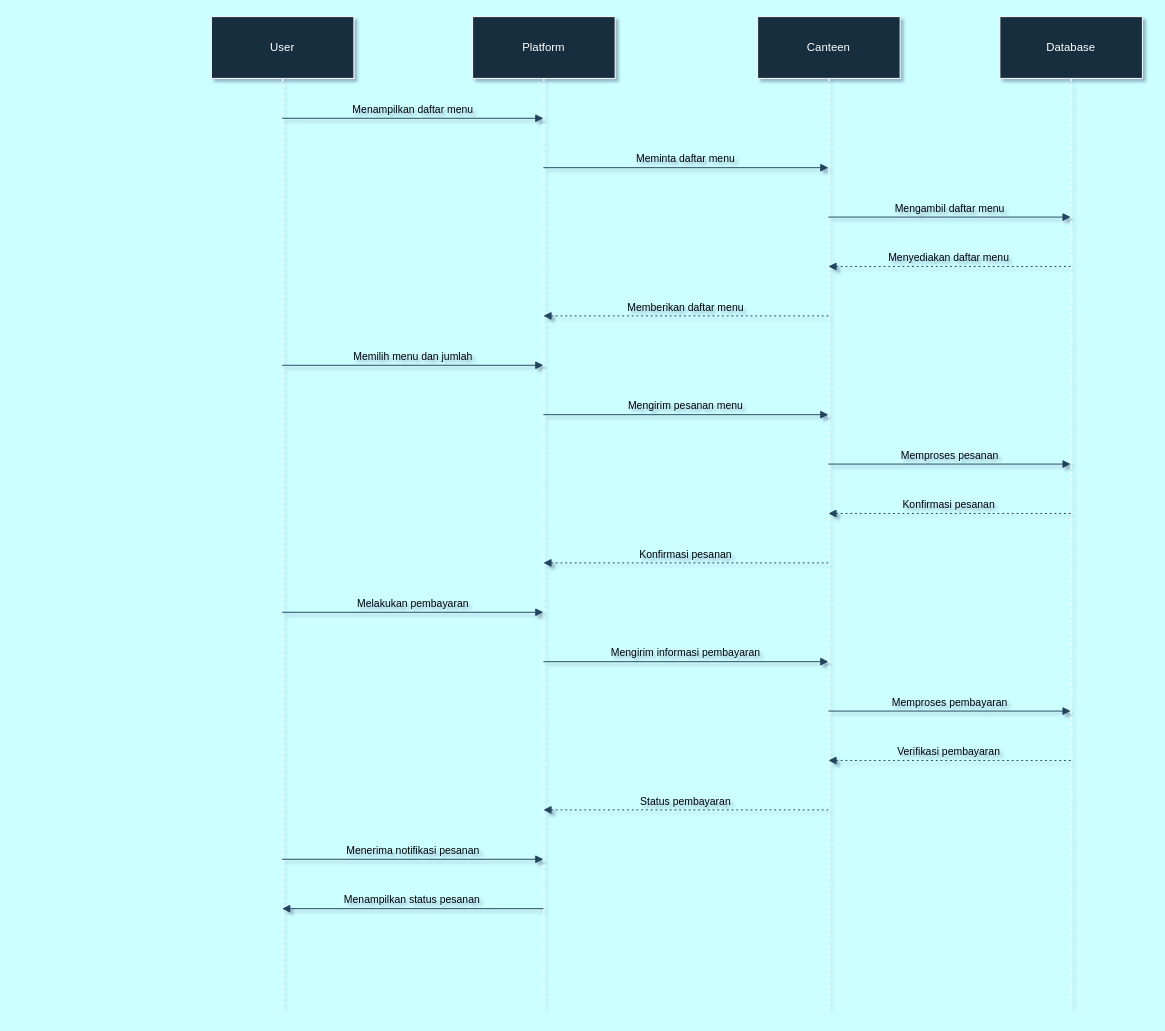
The draw.io diagram PlatformPesananKantin.drawio in rogerkampret/Kantin-Kampus-Digital, before the edit. Source tidied: cells renumbered, new cells numbered last; positions are measured from the earlier drawing's top-left corner, leaving out a move shared by most shapes. Both pictures are drawn from the tidied source at 95%, with x=0, y=0 at pixel (211, 16).
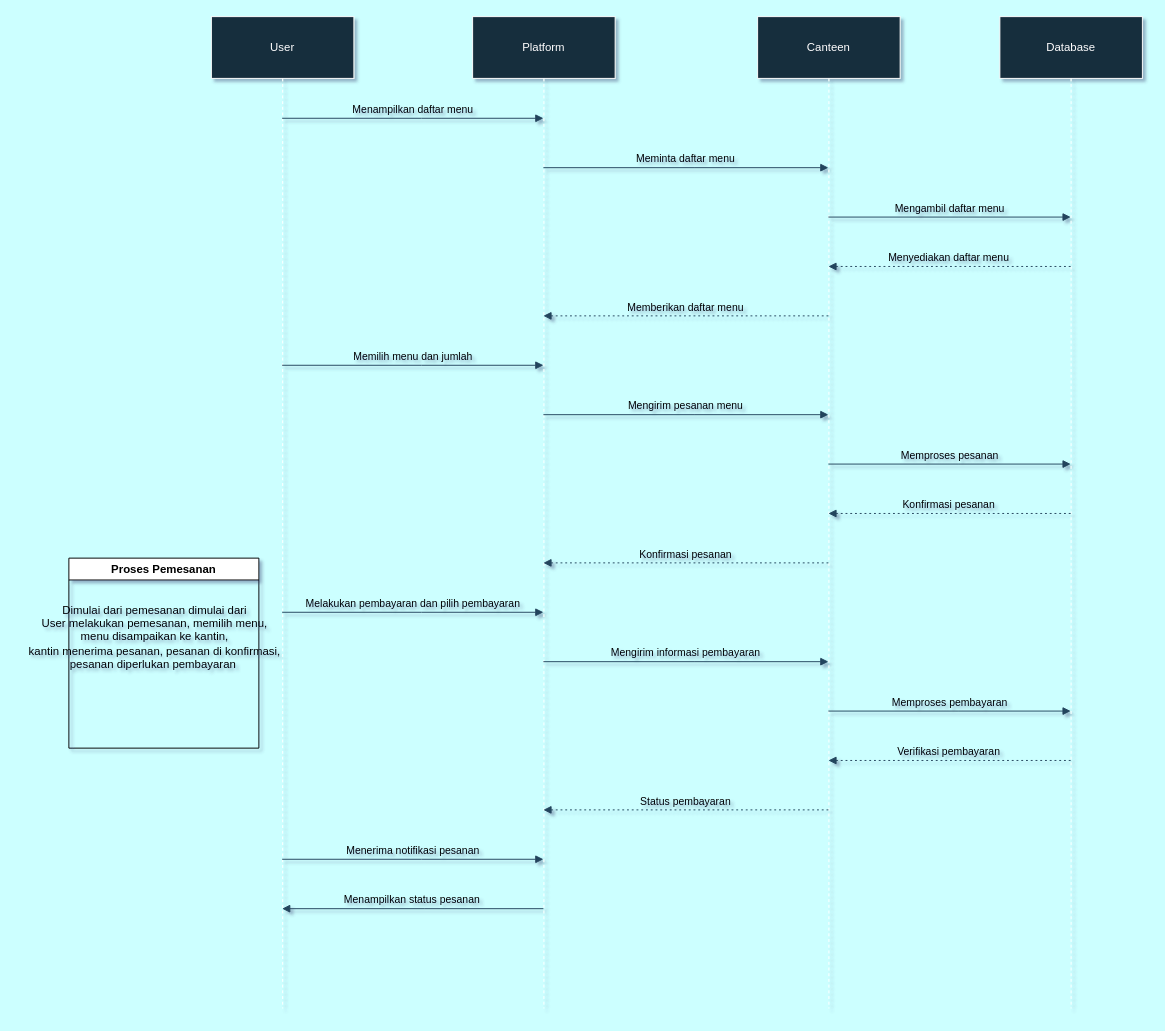
The same page after the edit.

Unchanged cells that the change refers to:
```xml
<mxCell id="2" value="User" style="shape=umlLifeline;perimeter=lifelinePerimeter;whiteSpace=wrap;outlineConnect=0;portConstraint=eastwest;newEdgeStyle={&quot;edgeStyle&quot;:&quot;elbowEdgeStyle&quot;,&quot;elbow&quot;:&quot;vertical&quot;,&quot;curved&quot;:0,&quot;rounded&quot;:0};size=65;labelBackgroundColor=none;fillColor=#182E3E;strokeColor=#FFFFFF;fontColor=#FFFFFF;rounded=0;" parent="1" vertex="1">
  <mxGeometry width="150" height="1044" as="geometry" />
</mxCell>
<mxCell id="3" value="Platform" style="shape=umlLifeline;perimeter=lifelinePerimeter;whiteSpace=wrap;outlineConnect=0;portConstraint=eastwest;newEdgeStyle={&quot;edgeStyle&quot;:&quot;elbowEdgeStyle&quot;,&quot;elbow&quot;:&quot;vertical&quot;,&quot;curved&quot;:0,&quot;rounded&quot;:0};size=65;labelBackgroundColor=none;fillColor=#182E3E;strokeColor=#FFFFFF;fontColor=#FFFFFF;rounded=0;" parent="1" vertex="1">
  <mxGeometry x="275" width="150" height="1044" as="geometry" />
</mxCell>
```

What changed in the source:
```diff
@@
-    <mxCell id="16" value="Melakukan pembayaran" style="verticalAlign=bottom;edgeStyle=elbowEdgeStyle;elbow=vertical;curved=0;rounded=0;endArrow=block;labelBackgroundColor=none;strokeColor=#23445D;fontColor=default;" parent="1" edge="1" source="2" target="3">
+    <mxCell id="16" value="Melakukan pembayaran dan pilih pembayaran" style="verticalAlign=bottom;edgeStyle=elbowEdgeStyle;elbow=vertical;curved=0;rounded=0;endArrow=block;labelBackgroundColor=none;strokeColor=#23445D;fontColor=default;" parent="1" edge="1" source="2" target="3">
       <mxGeometry relative="1" as="geometry">
         <Array as="points">
           <mxPoint x="221" y="627" />
         </Array>
       </mxGeometry>
     </mxCell>
@@
+    <mxCell id="23" value="Proses Pemesanan" style="swimlane;whiteSpace=wrap;html=1;" parent="1" vertex="1">
+      <mxGeometry x="-150" y="570" width="200" height="200" as="geometry" />
+    </mxCell>
+    <mxCell id="24" value="Dimulai dari pemesanan dimulai dari&lt;div&gt;User melakukan pemesanan, memilih menu,&lt;/div&gt;&lt;div&gt;menu disampaikan ke kantin,&lt;/div&gt;&lt;div&gt;kantin menerima pesanan, pesanan di konfirmasi,&lt;/div&gt;&lt;div&gt;pesanan diperlukan pembayaran&amp;nbsp;&lt;/div&gt;" style="text;html=1;align=center;verticalAlign=middle;strokeColor=none;fillColor=none;" parent="1" vertex="1">
+      <mxGeometry x="-205" y="608" width="290" height="90" as="geometry" />
+    </mxCell>
```
